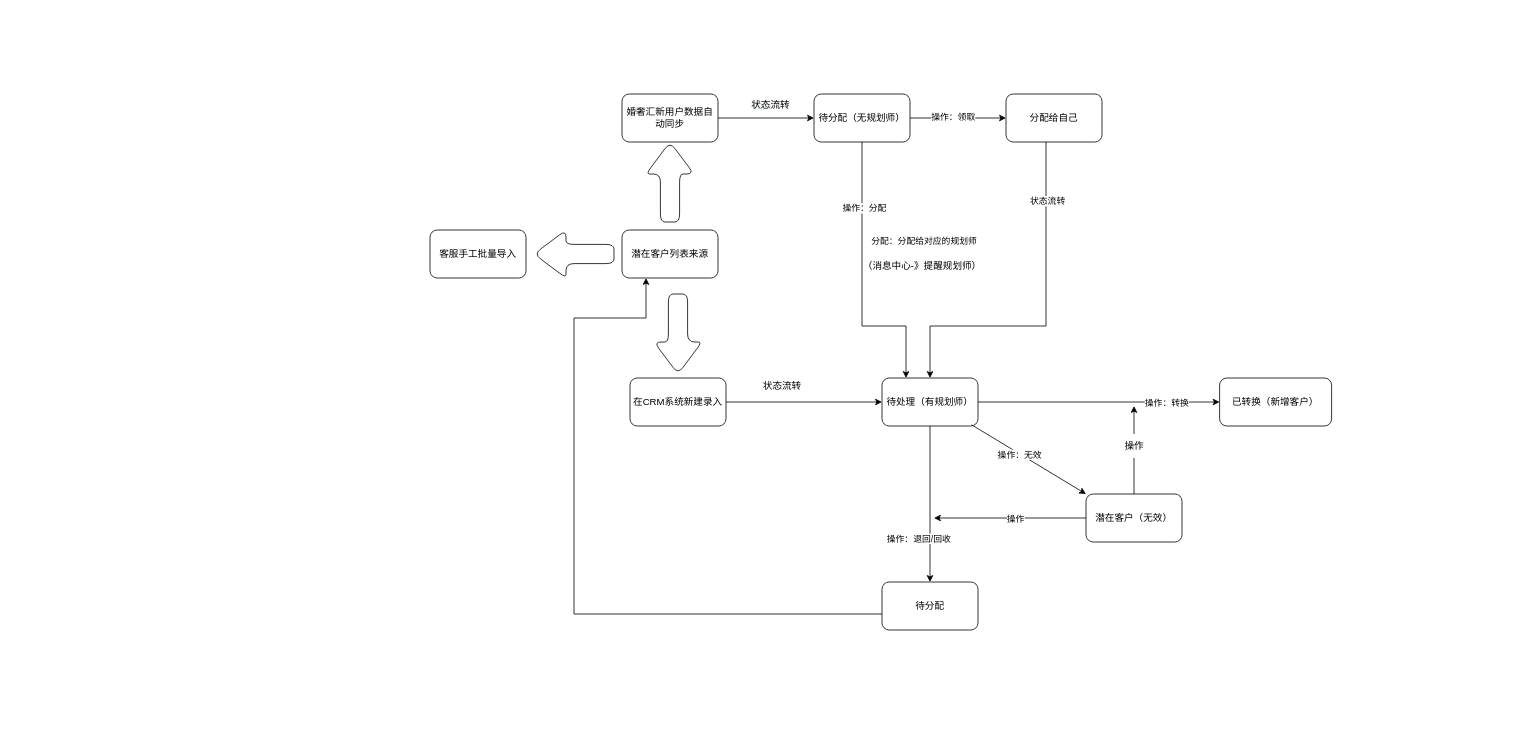
Before: 婚奢汇业务流程图/CRM系统流转图.drawio in YYB1024/myRemoteRepo, a draw.io diagram. Source tidied: cells renumbered, new cells numbered last; positions are measured from the earlier drawing's top-left corner, leaving out a move shared by most shapes. Both pictures are drawn from the tidied source at 80%, with x=0, y=0 at pixel (430, 94).
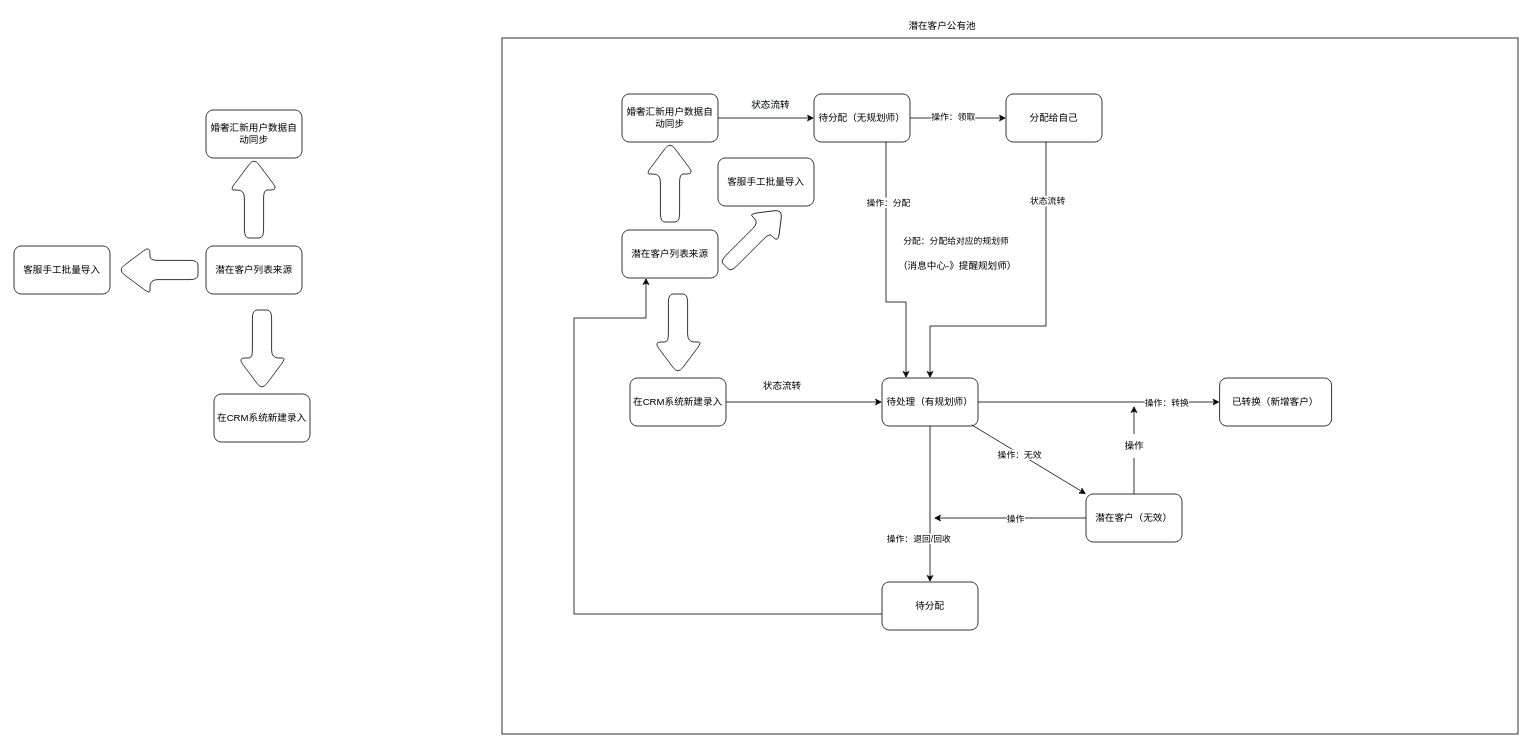
The same diagram, later.

Commit message (it also covers changes not shown here):
更新CRM系统流转图.drawio

Unchanged cells that the change refers to:
```xml
<mxCell id="14" value="待处理（有规划师）" style="whiteSpace=wrap;html=1;rounded=1;" parent="1" vertex="1">
  <mxGeometry x="565" y="355" width="120" height="60" as="geometry" />
</mxCell>
<mxCell id="20" value="待分配（无规划师）" style="whiteSpace=wrap;html=1;rounded=1;" parent="1" vertex="1">
  <mxGeometry x="480" width="120" height="60" as="geometry" />
</mxCell>
```

Diff of the diagram source:
```diff
@@
+    <mxCell id="39" style="rounded=0;whiteSpace=wrap;html=1;" parent="1" vertex="1">
+      <mxGeometry x="90" y="-70" width="1270" height="870" as="geometry" />
+    </mxCell>
@@
     <mxCell id="6" value="客服手工批量导入" style="whiteSpace=wrap;html=1;rounded=1;" parent="1" vertex="1">
-      <mxGeometry y="170" width="120" height="60" as="geometry" />
+      <mxGeometry x="360" y="80" width="120" height="60" as="geometry" />
     </mxCell>
@@
     <mxCell id="16" style="edgeStyle=orthogonalEdgeStyle;rounded=0;jettySize=auto;html=1;entryX=0.25;entryY=0;entryDx=0;entryDy=0;" parent="1" edge="1" source="20" target="14">
       <mxGeometry relative="1" as="geometry">
         <Array as="points">
-          <mxPoint x="540" y="290" />
-          <mxPoint x="595" y="290" />
+          <mxPoint x="570" y="260" />
+          <mxPoint x="595" y="260" />
         </Array>
       </mxGeometry>
     </mxCell>
@@
-    <mxCell id="22" style="shape=singleArrow;whiteSpace=wrap;html=1;arrowWidth=0.4;arrowSize=0.4;rounded=1;direction=west;" parent="1" vertex="1">
-      <mxGeometry x="130" y="170" width="100" height="60" as="geometry" />
+    <mxCell id="22" style="shape=singleArrow;whiteSpace=wrap;html=1;arrowWidth=0.37777777777777716;arrowSize=0.3233333333333337;rounded=1;direction=north;rotation=45;" parent="1" vertex="1">
+      <mxGeometry x="380" y="130" width="50" height="100" as="geometry" />
     </mxCell>
     <mxCell id="23" value="（消息中心-》提醒规划师）" style="text;html=1;align=center;verticalAlign=middle;strokeColor=none;fillColor=none;" parent="1" vertex="1">
-      <mxGeometry x="530" y="200" width="170" height="30" as="geometry" />
+      <mxGeometry x="574" y="200" width="170" height="30" as="geometry" />
     </mxCell>
@@
     <mxCell id="29" value="&lt;span style=&quot;color: rgb(0, 0, 0); font-family: Helvetica; font-size: 11px; font-style: normal; font-variant-ligatures: normal; font-variant-caps: normal; font-weight: 400; letter-spacing: normal; orphans: 2; text-align: center; text-indent: 0px; text-transform: none; widows: 2; word-spacing: 0px; -webkit-text-stroke-width: 0px; background-color: rgb(255, 255, 255); text-decoration-thickness: initial; text-decoration-style: initial; text-decoration-color: initial; float: none; display: inline !important;&quot;&gt;分配：分配给对应的规划师&lt;/span&gt;" style="text;whiteSpace=wrap;html=1;" parent="1" vertex="1">
-      <mxGeometry x="550" y="170" width="150" height="40" as="geometry" />
+      <mxGeometry x="590" y="170" width="150" height="40" as="geometry" />
     </mxCell>
@@
+    <mxCell id="40" value="潜在客户列表来源" style="rounded=1;whiteSpace=wrap;html=1;" parent="1" vertex="1">
+      <mxGeometry x="-280" y="190" width="120" height="60" as="geometry" />
+    </mxCell>
+    <mxCell id="41" style="shape=singleArrow;whiteSpace=wrap;html=1;arrowWidth=0.4;arrowSize=0.4;rounded=1;direction=south;rotation=-180;" parent="1" vertex="1">
+      <mxGeometry x="-250" y="80" width="60" height="100" as="geometry" />
+    </mxCell>
+    <mxCell id="42" value="婚奢汇新用户数据自动同步" style="rounded=1;whiteSpace=wrap;html=1;" parent="1" vertex="1">
+      <mxGeometry x="-280" y="20" width="120" height="60" as="geometry" />
+    </mxCell>
+    <mxCell id="43" value="客服手工批量导入" style="whiteSpace=wrap;html=1;rounded=1;" parent="1" vertex="1">
+      <mxGeometry x="-520" y="190" width="120" height="60" as="geometry" />
+    </mxCell>
+    <mxCell id="44" value="在CRM系统新建录入" style="whiteSpace=wrap;html=1;rounded=1;" parent="1" vertex="1">
+      <mxGeometry x="-270" y="375" width="120" height="60" as="geometry" />
+    </mxCell>
+    <mxCell id="45" style="shape=singleArrow;whiteSpace=wrap;html=1;arrowWidth=0.4;arrowSize=0.4;rounded=1;direction=south;" parent="1" vertex="1">
+      <mxGeometry x="-240" y="270" width="60" height="100" as="geometry" />
+    </mxCell>
+    <mxCell id="46" style="shape=singleArrow;whiteSpace=wrap;html=1;arrowWidth=0.4;arrowSize=0.4;rounded=1;direction=west;" parent="1" vertex="1">
+      <mxGeometry x="-390" y="190" width="100" height="60" as="geometry" />
+    </mxCell>
+    <mxCell id="47" value="潜在客户公有池" style="text;html=1;align=center;verticalAlign=middle;strokeColor=none;fillColor=none;" parent="1" vertex="1">
+      <mxGeometry x="585" y="-100" width="110" height="30" as="geometry" />
+    </mxCell>
```
